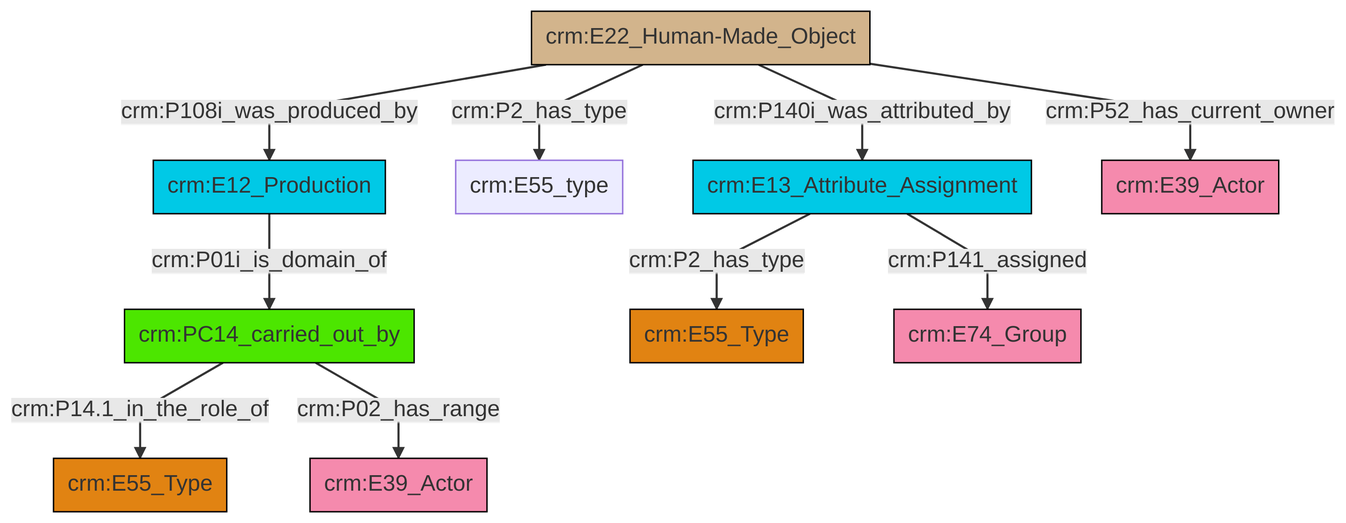
Before: et/builtWorkCSV/ttl/mmd/png/Built_Work_actor_relations.png, a diagram exported from Mermaid (ncarboni/srdm). Its source is kept beside it as et/builtWorkCSV/ttl/mmd/Built_Work_actor_relations.ttl.mmd.
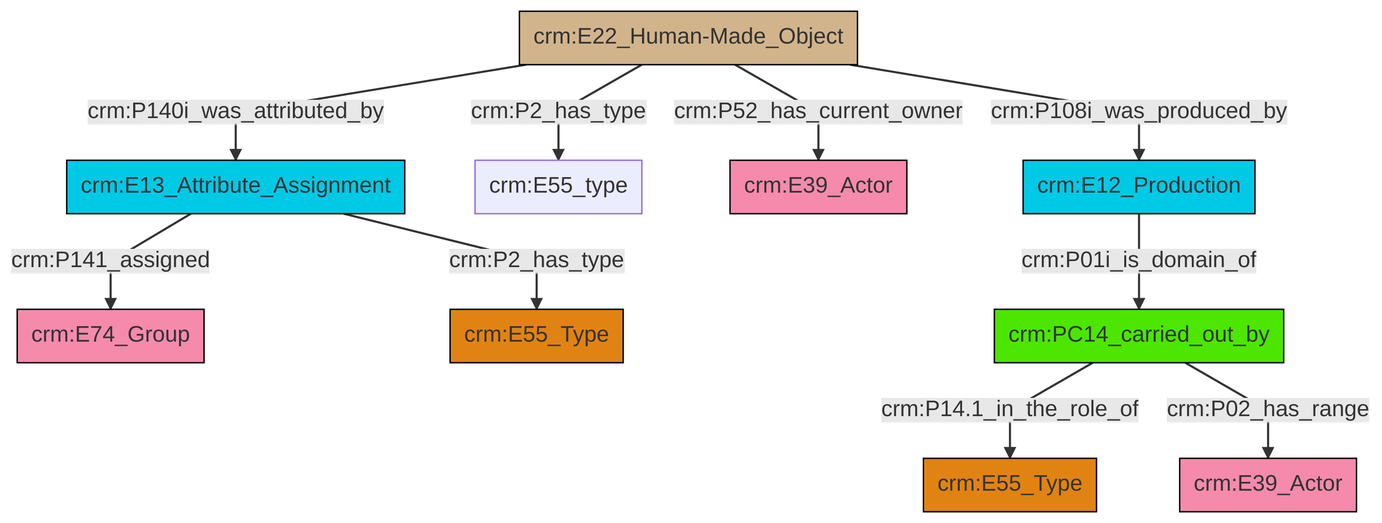
The same diagram one commit later.

What changed in the source:
```diff
@@ -13,12 +13,12 @@
 classDef PC_Classes fill:#4ce600, stroke:#000000;
 classDef Multi fill:#cccccc,stroke:#000000;
 
-2["crm:E13_Attribute_Assignment"]:::Temporal_Entity -->|crm:P2_has_type| 3["crm:E55_Type"]:::Type
-2["crm:E13_Attribute_Assignment"]:::Temporal_Entity -->|crm:P141_assigned| 6["crm:E74_Group"]:::Actor
-9["crm:E12_Production"]:::Temporal_Entity -->|crm:P01i_is_domain_of| 0["crm:PC14_carried_out_by"]:::PC_Classes
-0["crm:PC14_carried_out_by"]:::PC_Classes -->|crm:P14.1_in_the_role_of| 10["crm:E55_Type"]:::Type
-11["crm:E22_Human-Made_Object"]:::Physical_Thing -->|crm:P2_has_type| 7["crm:E55_type"]:::Default
-11["crm:E22_Human-Made_Object"]:::Physical_Thing -->|crm:P140i_was_attributed_by| 2["crm:E13_Attribute_Assignment"]:::Temporal_Entity
-0["crm:PC14_carried_out_by"]:::PC_Classes -->|crm:P02_has_range| 4["crm:E39_Actor"]:::Actor
-11["crm:E22_Human-Made_Object"]:::Physical_Thing -->|crm:P52_has_current_owner| 16["crm:E39_Actor"]:::Actor
-11["crm:E22_Human-Made_Object"]:::Physical_Thing -->|crm:P108i_was_produced_by| 9["crm:E12_Production"]:::Temporal_Entity
+2["crm:E13_Attribute_Assignment"]:::Temporal_Entity -->|crm:P141_assigned| 0["crm:E74_Group"]:::Actor
+8["crm:E22_Human-Made_Object"]:::Physical_Thing -->|crm:P140i_was_attributed_by| 2["crm:E13_Attribute_Assignment"]:::Temporal_Entity
+9["crm:E12_Production"]:::Temporal_Entity -->|crm:P01i_is_domain_of| 11["crm:PC14_carried_out_by"]:::PC_Classes
+8["crm:E22_Human-Made_Object"]:::Physical_Thing -->|crm:P2_has_type| 12["crm:E55_type"]:::Default
+8["crm:E22_Human-Made_Object"]:::Physical_Thing -->|crm:P52_has_current_owner| 4["crm:E39_Actor"]:::Actor
+8["crm:E22_Human-Made_Object"]:::Physical_Thing -->|crm:P108i_was_produced_by| 9["crm:E12_Production"]:::Temporal_Entity
+2["crm:E13_Attribute_Assignment"]:::Temporal_Entity -->|crm:P2_has_type| 15["crm:E55_Type"]:::Type
+11["crm:PC14_carried_out_by"]:::PC_Classes -->|crm:P14.1_in_the_role_of| 17["crm:E55_Type"]:::Type
+11["crm:PC14_carried_out_by"]:::PC_Classes -->|crm:P02_has_range| 6["crm:E39_Actor"]:::Actor
```
